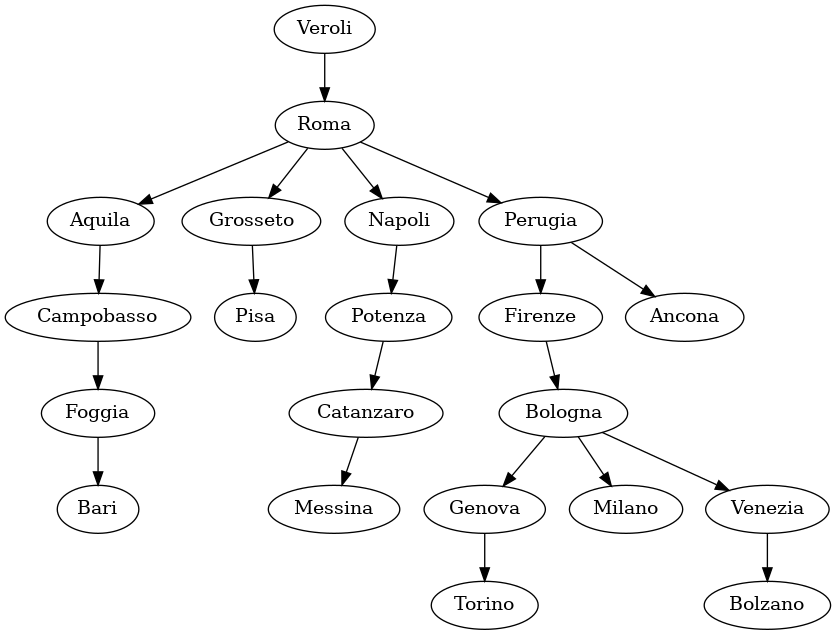
The Graphviz diagram output_test/minimum_spanning_tree.png in nicofiorini98/data_structure, before a commit. Its source is kept beside it as output_test/minimum_spanning_tree.dot.
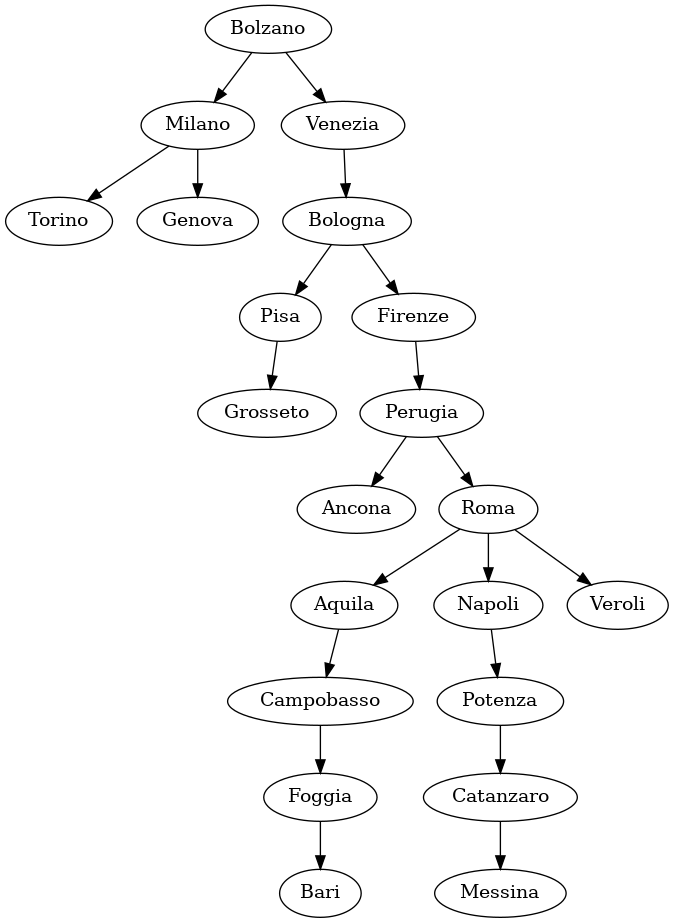
Above is the later version.

The edit, as a diff of the source:
```diff
@@ -1,22 +1,21 @@
-digraph G {
-Aquila -> Campobasso
-Bologna -> Genova
-Bologna -> Milano
-Bologna -> Venezia
-Campobasso -> Foggia
-Catanzaro -> Messina
-Firenze -> Bologna
-Foggia -> Bari
-Genova -> Torino
-Grosseto -> Pisa
-Napoli -> Potenza
-Perugia -> Firenze
-Perugia -> Ancona
-Potenza -> Catanzaro
-Roma -> Perugia
-Roma -> Grosseto
-Roma -> Aquila
-Roma -> Napoli
-Venezia -> Bolzano
-Veroli -> Roma
+digraph Tree {Aquila->Campobasso
+Bologna->Pisa
+Bologna->Firenze
+Bolzano->Milano
+Bolzano->Venezia
+Campobasso->Foggia
+Catanzaro->Messina
+Firenze->Perugia
+Foggia->Bari
+Milano->Torino
+Milano->Genova
+Napoli->Potenza
+Perugia->Ancona
+Perugia->Roma
+Pisa->Grosseto
+Potenza->Catanzaro
+Roma->Aquila
+Roma->Napoli
+Roma->Veroli
+Venezia->Bologna
 }
```
